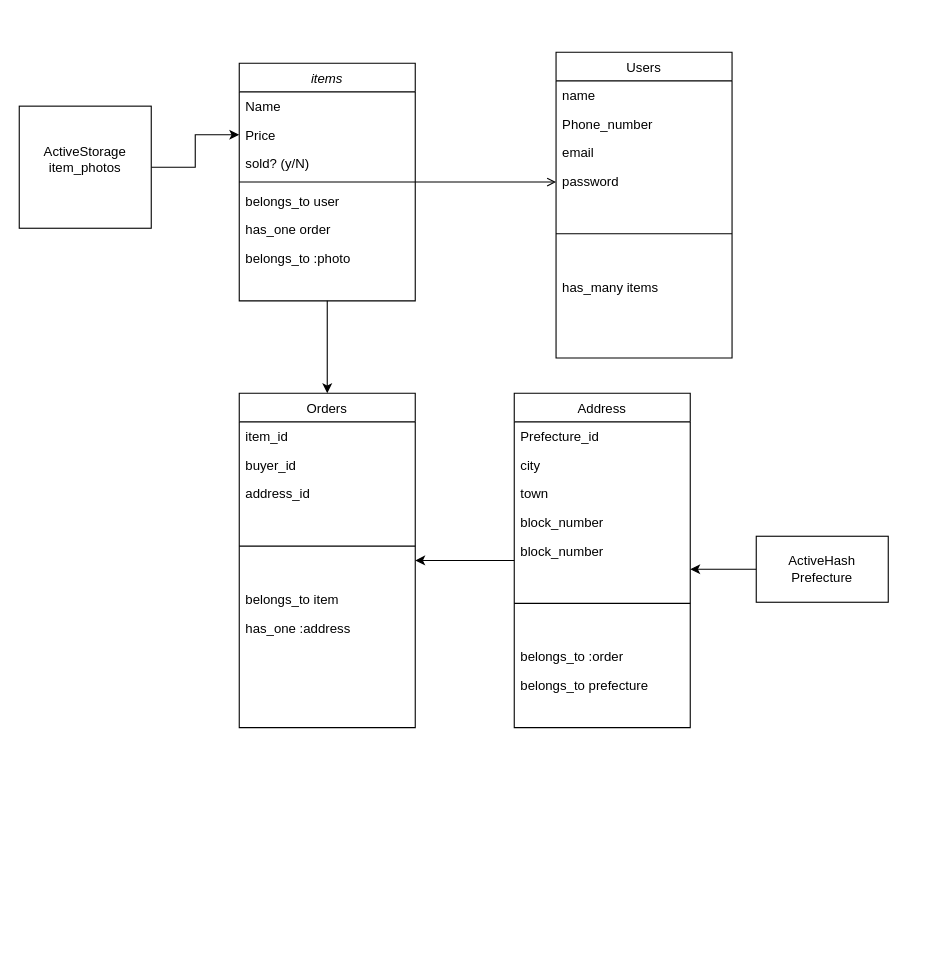
Before: fuirma_database.dio in Tomohiro4196/furima-29560, a draw.io diagram. Source tidied: cells renumbered, new cells numbered last; positions are measured from the earlier drawing's top-left corner, leaving out a move shared by most shapes. Both pictures are drawn from the tidied source at 110%, with x=0, y=0 at pixel (19, 52).
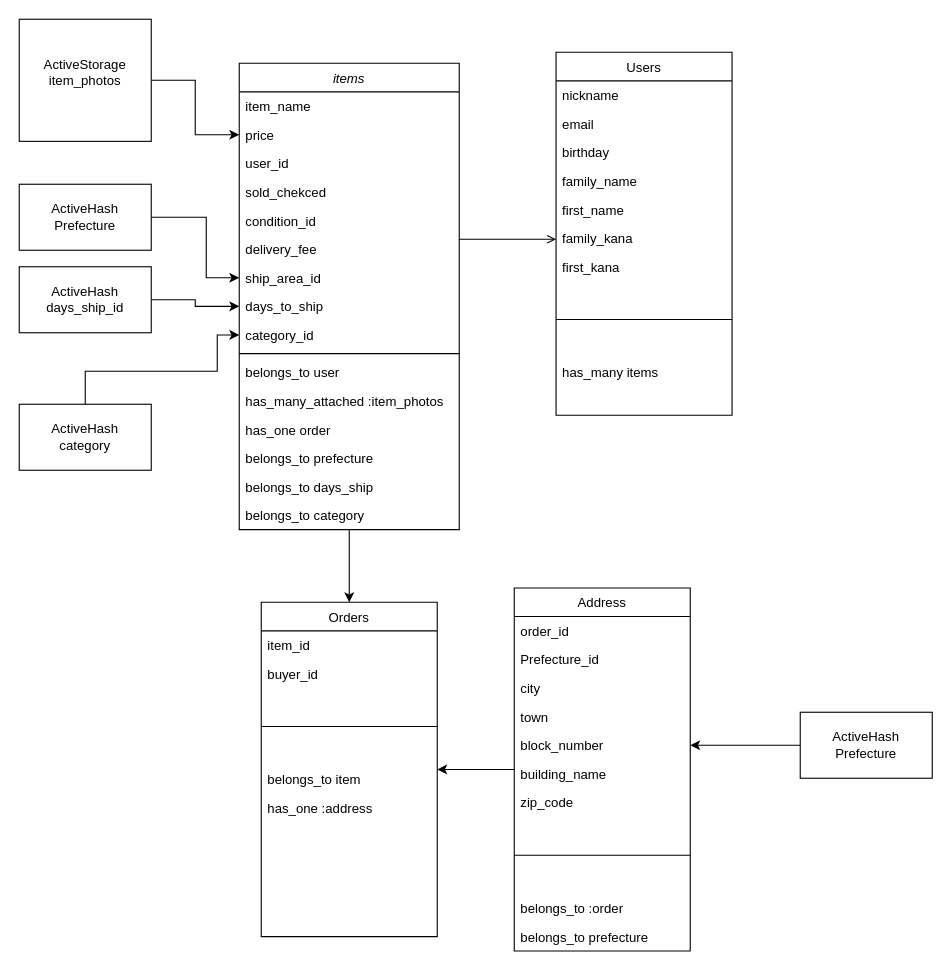
The same diagram, later.

The edit, as a diff of the source:
```diff
@@
     <mxCell id="5" value="ActiveStorage&lt;br&gt;item_photos&lt;br&gt;&lt;br&gt;" style="whiteSpace=wrap;html=1;" parent="1" vertex="1">
-      <mxGeometry y="49" width="120" height="111" as="geometry" />
+      <mxGeometry y="-30" width="120" height="111" as="geometry" />
     </mxCell>
     <mxCell id="6" value="items" style="swimlane;fontStyle=2;align=center;verticalAlign=top;horizontal=1;startSize=26;rounded=0;shadow=0;strokeWidth=1;" parent="1" vertex="1">
-      <mxGeometry x="200" y="10" width="160" height="216" as="geometry" />
+      <mxGeometry x="200" y="10" width="200" height="424" as="geometry" />
     </mxCell>
-    <mxCell id="7" value="Name" style="text;align=left;verticalAlign=top;spacingLeft=4;spacingRight=4;overflow=hidden;rounded=0;shadow=0;html=0;" parent="6" vertex="1">
-      <mxGeometry y="26" width="160" height="26" as="geometry" />
+    <mxCell id="7" value="item_name" style="text;align=left;verticalAlign=top;spacingLeft=4;spacingRight=4;overflow=hidden;rounded=0;shadow=0;html=0;" parent="6" vertex="1">
+      <mxGeometry y="26" width="200" height="26" as="geometry" />
     </mxCell>
-    <mxCell id="8" value="Price" style="text;align=left;verticalAlign=top;spacingLeft=4;spacingRight=4;overflow=hidden;points=[[0,0.5],[1,0.5]];portConstraint=eastwest;rounded=0;shadow=0;html=0;" parent="6" vertex="1">
-      <mxGeometry y="52" width="160" height="26" as="geometry" />
+    <mxCell id="8" value="price" style="text;align=left;verticalAlign=top;spacingLeft=4;spacingRight=4;overflow=hidden;points=[[0,0.5],[1,0.5]];portConstraint=eastwest;rounded=0;shadow=0;html=0;" parent="6" vertex="1">
+      <mxGeometry y="52" width="200" height="26" as="geometry" />
     </mxCell>
+    <mxCell id="40" value="user_id" style="text;align=left;verticalAlign=top;spacingLeft=4;spacingRight=4;overflow=hidden;rounded=0;shadow=0;html=0;" parent="6" vertex="1">
+      <mxGeometry y="78" width="200" height="26" as="geometry" />
+    </mxCell>
-    <mxCell id="9" value="sold? (y/N)" style="text;align=left;verticalAlign=top;spacingLeft=4;spacingRight=4;overflow=hidden;rounded=0;shadow=0;html=0;" parent="6" vertex="1">
-      <mxGeometry y="78" width="160" height="26" as="geometry" />
+    <mxCell id="9" value="sold_chekced" style="text;align=left;verticalAlign=top;spacingLeft=4;spacingRight=4;overflow=hidden;rounded=0;shadow=0;html=0;" parent="6" vertex="1">
+      <mxGeometry y="104" width="200" height="26" as="geometry" />
     </mxCell>
+    <mxCell id="41" value="condition_id" style="text;align=left;verticalAlign=top;spacingLeft=4;spacingRight=4;overflow=hidden;rounded=0;shadow=0;html=0;" parent="6" vertex="1">
+      <mxGeometry y="130" width="200" height="26" as="geometry" />
+    </mxCell>
+    <mxCell id="42" value="delivery_fee" style="text;align=left;verticalAlign=top;spacingLeft=4;spacingRight=4;overflow=hidden;rounded=0;shadow=0;html=0;" parent="6" vertex="1">
+      <mxGeometry y="156" width="200" height="26" as="geometry" />
+    </mxCell>
+    <mxCell id="43" value="ship_area_id" style="text;align=left;verticalAlign=top;spacingLeft=4;spacingRight=4;overflow=hidden;points=[[0,0.5],[1,0.5]];portConstraint=eastwest;rounded=0;shadow=0;html=0;" parent="6" vertex="1">
+      <mxGeometry y="182" width="200" height="26" as="geometry" />
+    </mxCell>
+    <mxCell id="44" value="days_to_ship" style="text;align=left;verticalAlign=top;spacingLeft=4;spacingRight=4;overflow=hidden;points=[[0,0.5],[1,0.5]];portConstraint=eastwest;rounded=0;shadow=0;html=0;" parent="6" vertex="1">
+      <mxGeometry y="208" width="200" height="26" as="geometry" />
+    </mxCell>
+    <mxCell id="45" value="category_id" style="text;align=left;verticalAlign=top;spacingLeft=4;spacingRight=4;overflow=hidden;points=[[0,0.5],[1,0.5]];portConstraint=eastwest;rounded=0;shadow=0;html=0;" parent="6" vertex="1">
+      <mxGeometry y="234" width="200" height="26" as="geometry" />
+    </mxCell>
     <mxCell id="10" style="line;html=1;strokeWidth=1;align=left;verticalAlign=middle;spacingTop=-1;spacingLeft=3;spacingRight=3;labelPosition=right;" parent="6" vertex="1">
-      <mxGeometry y="104" width="160" height="8" as="geometry" />
+      <mxGeometry y="260" width="200" height="8" as="geometry" />
     </mxCell>
     <mxCell id="11" value="belongs_to user" style="text;align=left;verticalAlign=top;spacingLeft=4;spacingRight=4;overflow=hidden;" parent="6" vertex="1">
-      <mxGeometry y="112" width="160" height="26" as="geometry" />
+      <mxGeometry y="268" width="200" height="26" as="geometry" />
     </mxCell>
+    <mxCell id="46" value="has_many_attached :item_photos" style="text;align=left;verticalAlign=top;spacingLeft=4;spacingRight=4;overflow=hidden;" parent="6" vertex="1">
+      <mxGeometry y="294" width="200" height="26" as="geometry" />
+    </mxCell>
+    <mxCell id="47" value="has_one order" style="text;align=left;verticalAlign=top;spacingLeft=4;spacingRight=4;overflow=hidden;" parent="6" vertex="1">
+      <mxGeometry y="320" width="200" height="26" as="geometry" />
+    </mxCell>
+    <mxCell id="48" value="belongs_to prefecture" style="text;align=left;verticalAlign=top;spacingLeft=4;spacingRight=4;overflow=hidden;" parent="6" vertex="1">
+      <mxGeometry y="346" width="200" height="26" as="geometry" />
+    </mxCell>
-    <mxCell id="12" value="has_one order" style="text;align=left;verticalAlign=top;spacingLeft=4;spacingRight=4;overflow=hidden;" parent="6" vertex="1">
-      <mxGeometry y="138" width="160" height="26" as="geometry" />
+    <mxCell id="12" value="belongs_to days_ship" style="text;align=left;verticalAlign=top;spacingLeft=4;spacingRight=4;overflow=hidden;" parent="6" vertex="1">
+      <mxGeometry y="372" width="200" height="26" as="geometry" />
     </mxCell>
-    <mxCell id="13" value="belongs_to :photo" style="text;align=left;verticalAlign=top;spacingLeft=4;spacingRight=4;overflow=hidden;" parent="6" vertex="1">
-      <mxGeometry y="164" width="160" height="26" as="geometry" />
+    <mxCell id="13" value="belongs_to category" style="text;align=left;verticalAlign=top;spacingLeft=4;spacingRight=4;overflow=hidden;" parent="6" vertex="1">
+      <mxGeometry y="398" width="200" height="26" as="geometry" />
     </mxCell>
     <mxCell id="14" value="Users" style="swimlane;fontStyle=0;align=center;verticalAlign=top;horizontal=1;startSize=26;rounded=0;shadow=0;strokeWidth=1;" parent="1" vertex="1">
-      <mxGeometry x="488" width="160" height="278" as="geometry" />
+      <mxGeometry x="488" width="160" height="330" as="geometry" />
     </mxCell>
-    <mxCell id="15" value="name" style="text;align=left;verticalAlign=top;spacingLeft=4;spacingRight=4;overflow=hidden;rounded=0;shadow=0;html=0;" parent="14" vertex="1">
+    <mxCell id="15" value="nickname" style="text;align=left;verticalAlign=top;spacingLeft=4;spacingRight=4;overflow=hidden;rounded=0;shadow=0;html=0;" parent="14" vertex="1">
       <mxGeometry y="26" width="160" height="26" as="geometry" />
     </mxCell>
-    <mxCell id="16" value="Phone_number&#10;" style="text;align=left;verticalAlign=top;spacingLeft=4;spacingRight=4;overflow=hidden;rounded=0;shadow=0;html=0;" parent="14" vertex="1">
-      <mxGeometry y="52" width="160" height="26" as="geometry" />
-    </mxCell>
     <mxCell id="17" value="email" style="text;align=left;verticalAlign=top;spacingLeft=4;spacingRight=4;overflow=hidden;rounded=0;shadow=0;html=0;" parent="14" vertex="1">
-      <mxGeometry y="78" width="160" height="26" as="geometry" />
+      <mxGeometry y="52" width="160" height="26" as="geometry" />
     </mxCell>
-    <mxCell id="18" value="password" style="text;align=left;verticalAlign=top;spacingLeft=4;spacingRight=4;overflow=hidden;rounded=0;shadow=0;html=0;fontStyle=0;" parent="14" vertex="1">
-      <mxGeometry y="104" width="160" height="26" as="geometry" />
+    <mxCell id="18" value="birthday" style="text;align=left;verticalAlign=top;spacingLeft=4;spacingRight=4;overflow=hidden;rounded=0;shadow=0;html=0;fontStyle=0;" parent="14" vertex="1">
+      <mxGeometry y="78" width="160" height="26" as="geometry" />
     </mxCell>
+    <mxCell id="49" value="family_name" style="text;align=left;verticalAlign=top;spacingLeft=4;spacingRight=4;overflow=hidden;rounded=0;shadow=0;html=0;" parent="14" vertex="1">
+      <mxGeometry y="104" width="160" height="26" as="geometry" />
+    </mxCell>
+    <mxCell id="50" value="first_name" style="text;align=left;verticalAlign=top;spacingLeft=4;spacingRight=4;overflow=hidden;rounded=0;shadow=0;html=0;" parent="14" vertex="1">
+      <mxGeometry y="130" width="160" height="26" as="geometry" />
+    </mxCell>
+    <mxCell id="51" value="family_kana" style="text;align=left;verticalAlign=top;spacingLeft=4;spacingRight=4;overflow=hidden;rounded=0;shadow=0;html=0;" parent="14" vertex="1">
+      <mxGeometry y="156" width="160" height="26" as="geometry" />
+    </mxCell>
+    <mxCell id="52" value="first_kana" style="text;align=left;verticalAlign=top;spacingLeft=4;spacingRight=4;overflow=hidden;rounded=0;shadow=0;html=0;" parent="14" vertex="1">
+      <mxGeometry y="182" width="160" height="26" as="geometry" />
+    </mxCell>
     <mxCell id="19" style="line;html=1;strokeWidth=1;align=left;verticalAlign=middle;spacingTop=-1;spacingLeft=3;spacingRight=3;labelPosition=right;" parent="14" vertex="1">
-      <mxGeometry y="130" width="160" height="70" as="geometry" />
+      <mxGeometry y="208" width="160" height="70" as="geometry" />
     </mxCell>
     <mxCell id="20" value="has_many items" style="text;align=left;verticalAlign=top;spacingLeft=4;spacingRight=4;overflow=hidden;" parent="14" vertex="1">
-      <mxGeometry y="200" width="160" height="26" as="geometry" />
+      <mxGeometry y="278" width="160" height="26" as="geometry" />
     </mxCell>
     <mxCell id="21" value="Orders" style="swimlane;fontStyle=0;align=center;verticalAlign=top;horizontal=1;startSize=26;rounded=0;shadow=0;strokeWidth=1;" parent="1" vertex="1">
-      <mxGeometry x="200" y="310" width="160" height="304" as="geometry" />
+      <mxGeometry x="220" y="500" width="160" height="304" as="geometry" />
     </mxCell>
@@
-    <mxCell id="24" value="address_id" style="text;align=left;verticalAlign=top;spacingLeft=4;spacingRight=4;overflow=hidden;rounded=0;shadow=0;html=0;" parent="21" vertex="1">
-      <mxGeometry y="78" width="160" height="26" as="geometry" />
-    </mxCell>
     <mxCell id="25" style="line;html=1;strokeWidth=1;align=left;verticalAlign=middle;spacingTop=-1;spacingLeft=3;spacingRight=3;labelPosition=right;" parent="21" vertex="1">
-      <mxGeometry y="104" width="160" height="70" as="geometry" />
+      <mxGeometry y="78" width="160" height="70" as="geometry" />
     </mxCell>
     <mxCell id="26" value="belongs_to item" style="text;align=left;verticalAlign=top;spacingLeft=4;spacingRight=4;overflow=hidden;" parent="21" vertex="1">
-      <mxGeometry y="174" width="160" height="26" as="geometry" />
+      <mxGeometry y="148" width="160" height="26" as="geometry" />
     </mxCell>
     <mxCell id="27" value="has_one :address" style="text;align=left;verticalAlign=top;spacingLeft=4;spacingRight=4;overflow=hidden;" parent="21" vertex="1">
-      <mxGeometry y="200" width="160" height="26" as="geometry" />
+      <mxGeometry y="174" width="160" height="26" as="geometry" />
     </mxCell>
@@
     <mxCell id="29" value="Address" style="swimlane;fontStyle=0;align=center;verticalAlign=top;horizontal=1;startSize=26;rounded=0;shadow=0;strokeWidth=1;" parent="1" vertex="1">
-      <mxGeometry x="450" y="310" width="160" height="304" as="geometry" />
+      <mxGeometry x="450" y="487" width="160" height="330" as="geometry" />
     </mxCell>
-    <mxCell id="30" value="Prefecture_id" style="text;align=left;verticalAlign=top;spacingLeft=4;spacingRight=4;overflow=hidden;rounded=0;shadow=0;html=0;" parent="29" vertex="1">
+    <mxCell id="30" value="order_id" style="text;align=left;verticalAlign=top;spacingLeft=4;spacingRight=4;overflow=hidden;rounded=0;shadow=0;html=0;" parent="29" vertex="1">
       <mxGeometry y="26" width="160" height="26" as="geometry" />
     </mxCell>
+    <mxCell id="53" value="Prefecture_id" style="text;align=left;verticalAlign=top;spacingLeft=4;spacingRight=4;overflow=hidden;rounded=0;shadow=0;html=0;" parent="29" vertex="1">
+      <mxGeometry y="52" width="160" height="26" as="geometry" />
+    </mxCell>
     <mxCell id="31" value="city" style="text;align=left;verticalAlign=top;spacingLeft=4;spacingRight=4;overflow=hidden;rounded=0;shadow=0;html=0;" parent="29" vertex="1">
-      <mxGeometry y="52" width="160" height="26" as="geometry" />
+      <mxGeometry y="78" width="160" height="26" as="geometry" />
     </mxCell>
     <mxCell id="32" value="town" style="text;align=left;verticalAlign=top;spacingLeft=4;spacingRight=4;overflow=hidden;rounded=0;shadow=0;html=0;" parent="29" vertex="1">
-      <mxGeometry y="78" width="160" height="26" as="geometry" />
+      <mxGeometry y="104" width="160" height="26" as="geometry" />
     </mxCell>
     <mxCell id="33" value="block_number" style="text;align=left;verticalAlign=top;spacingLeft=4;spacingRight=4;overflow=hidden;rounded=0;shadow=0;html=0;" parent="29" vertex="1">
-      <mxGeometry y="104" width="160" height="26" as="geometry" />
+      <mxGeometry y="130" width="160" height="26" as="geometry" />
     </mxCell>
+    <mxCell id="54" value="building_name" style="text;align=left;verticalAlign=top;spacingLeft=4;spacingRight=4;overflow=hidden;rounded=0;shadow=0;html=0;" parent="29" vertex="1">
+      <mxGeometry y="156" width="160" height="26" as="geometry" />
+    </mxCell>
-    <mxCell id="34" value="block_number" style="text;align=left;verticalAlign=top;spacingLeft=4;spacingRight=4;overflow=hidden;rounded=0;shadow=0;html=0;" parent="29" vertex="1">
-      <mxGeometry y="130" width="160" height="26" as="geometry" />
+    <mxCell id="34" value="zip_code" style="text;align=left;verticalAlign=top;spacingLeft=4;spacingRight=4;overflow=hidden;rounded=0;shadow=0;html=0;" parent="29" vertex="1">
+      <mxGeometry y="182" width="160" height="26" as="geometry" />
     </mxCell>
     <mxCell id="35" style="line;html=1;strokeWidth=1;align=left;verticalAlign=middle;spacingTop=-1;spacingLeft=3;spacingRight=3;labelPosition=right;" parent="29" vertex="1">
-      <mxGeometry y="156" width="160" height="70" as="geometry" />
+      <mxGeometry y="208" width="160" height="70" as="geometry" />
     </mxCell>
     <mxCell id="36" value="belongs_to :order" style="text;align=left;verticalAlign=top;spacingLeft=4;spacingRight=4;overflow=hidden;" parent="29" vertex="1">
-      <mxGeometry y="226" width="160" height="26" as="geometry" />
+      <mxGeometry y="278" width="160" height="26" as="geometry" />
     </mxCell>
     <mxCell id="37" value="belongs_to prefecture" style="text;align=left;verticalAlign=top;spacingLeft=4;spacingRight=4;overflow=hidden;" parent="29" vertex="1">
-      <mxGeometry y="252" width="160" height="26" as="geometry" />
+      <mxGeometry y="304" width="160" height="26" as="geometry" />
     </mxCell>
     <mxCell id="38" style="edgeStyle=orthogonalEdgeStyle;rounded=0;jettySize=auto;html=1;" parent="1" edge="1" source="39">
       <mxGeometry relative="1" as="geometry">
-        <mxPoint x="610" y="470" as="targetPoint" />
+        <mxPoint x="610" y="630" as="targetPoint" />
       </mxGeometry>
     </mxCell>
     <mxCell id="39" value="ActiveHash&lt;br&gt;Prefecture" style="whiteSpace=wrap;html=1;" parent="1" vertex="1">
-      <mxGeometry x="670" y="440" width="120" height="60" as="geometry" />
+      <mxGeometry x="710" y="600" width="120" height="60" as="geometry" />
     </mxCell>
+    <mxCell id="55" style="edgeStyle=orthogonalEdgeStyle;rounded=0;jettySize=auto;html=1;entryX=0;entryY=0.5;entryDx=0;entryDy=0;" parent="1" edge="1" source="56" target="45">
+      <mxGeometry relative="1" as="geometry">
+        <Array as="points">
+          <mxPoint x="60" y="290" />
+          <mxPoint x="180" y="290" />
+          <mxPoint x="180" y="257" />
+        </Array>
+      </mxGeometry>
+    </mxCell>
+    <mxCell id="56" value="ActiveHash&lt;br&gt;category" style="whiteSpace=wrap;html=1;" parent="1" vertex="1">
+      <mxGeometry y="320" width="120" height="60" as="geometry" />
+    </mxCell>
+    <mxCell id="57" style="edgeStyle=orthogonalEdgeStyle;rounded=0;jettySize=auto;html=1;entryX=0;entryY=0.5;entryDx=0;entryDy=0;" parent="1" edge="1" source="58" target="43">
+      <mxGeometry relative="1" as="geometry">
+        <Array as="points">
+          <mxPoint x="170" y="150" />
+          <mxPoint x="170" y="205" />
+        </Array>
+      </mxGeometry>
+    </mxCell>
+    <mxCell id="58" value="ActiveHash&lt;br&gt;Prefecture" style="whiteSpace=wrap;html=1;" parent="1" vertex="1">
+      <mxGeometry y="120" width="120" height="60" as="geometry" />
+    </mxCell>
+    <mxCell id="59" style="edgeStyle=orthogonalEdgeStyle;rounded=0;jettySize=auto;html=1;entryX=0;entryY=0.5;entryDx=0;entryDy=0;" parent="1" edge="1" source="60" target="44">
+      <mxGeometry relative="1" as="geometry" />
+    </mxCell>
+    <mxCell id="60" value="ActiveHash&lt;br&gt;days_ship_id" style="whiteSpace=wrap;html=1;" parent="1" vertex="1">
+      <mxGeometry y="195" width="120" height="60" as="geometry" />
+    </mxCell>
```
